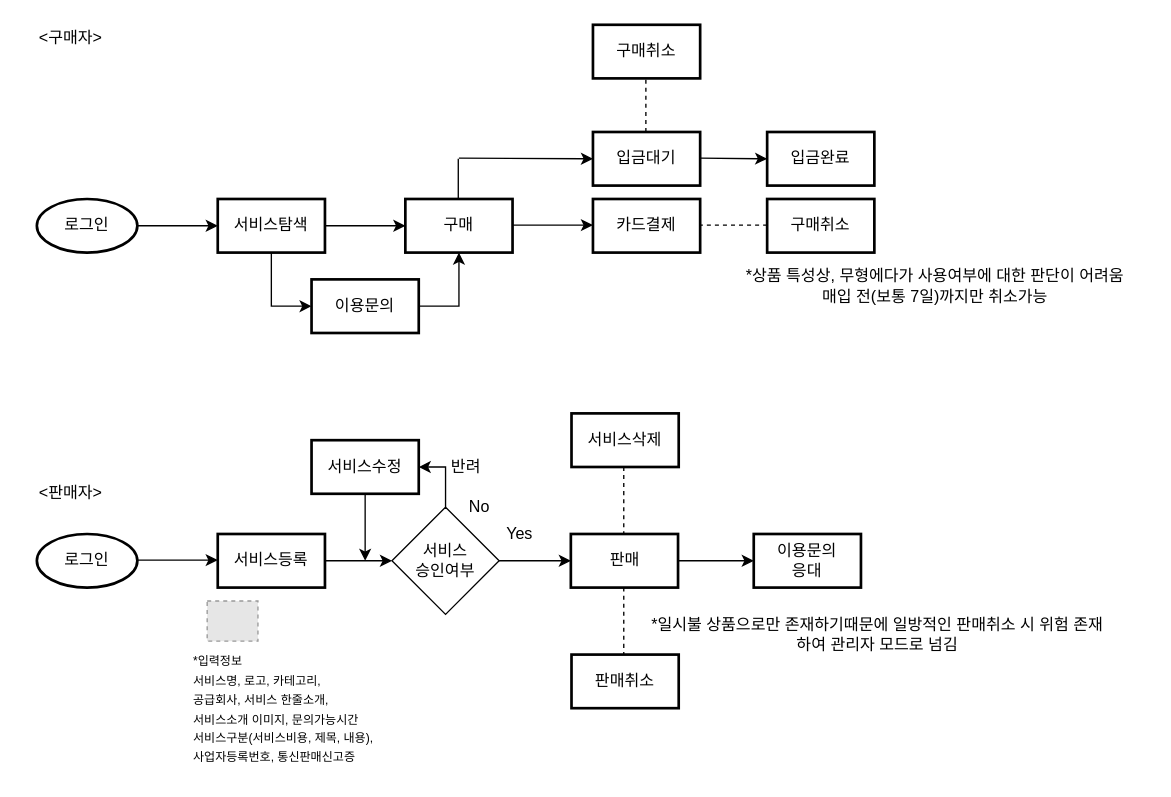
Before: 비즈니스나우 컨설팅_RESET.drawio in Lucidhomme/TIL, a draw.io diagram. Source tidied: cells renumbered, new cells numbered last; positions are measured from the earlier drawing's top-left corner, leaving out a move shared by most shapes. Both pictures are drawn from the tidied source at 134%, with x=0, y=0 at pixel (23, 24). Pictures stored in the file or linked from it are replaced by grey dashed boxes.
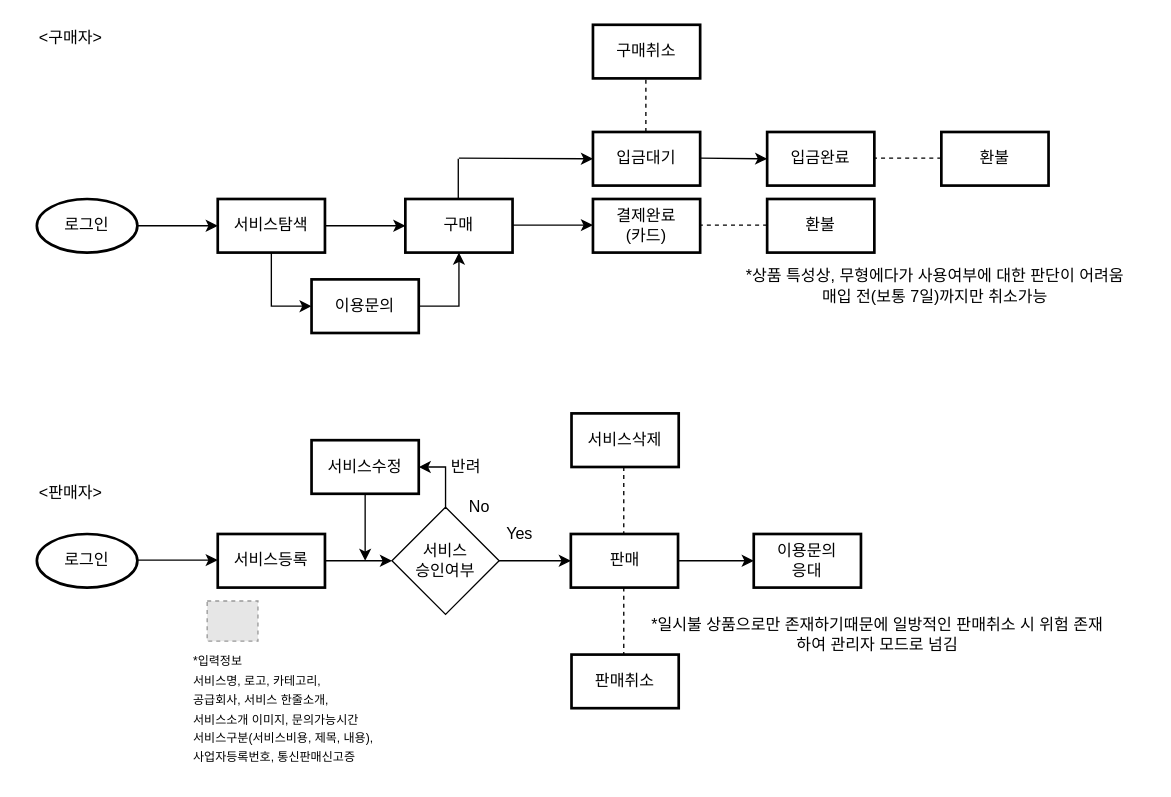
The same diagram, later.

Commit message:
Update 비즈니스나우 컨설팅_RESET.drawio

The edit, as a diff of the source:
```diff
@@
-    <mxCell id="10" value="구매취소" style="whiteSpace=wrap;html=1;strokeWidth=2;" parent="1" vertex="1">
+    <mxCell id="10" value="환불" style="whiteSpace=wrap;html=1;strokeWidth=2;" parent="1" vertex="1">
       <mxGeometry x="555" y="130" width="80" height="40" as="geometry" />
     </mxCell>
@@
-    <mxCell id="20" value="카드결제" style="whiteSpace=wrap;html=1;strokeWidth=2;" parent="1" vertex="1">
+    <mxCell id="20" value="결제완료&lt;br&gt;(카드)" style="whiteSpace=wrap;html=1;strokeWidth=2;" parent="1" vertex="1">
       <mxGeometry x="425" y="130" width="80" height="40" as="geometry" />
     </mxCell>
@@
+    <mxCell id="46" value="환불" style="whiteSpace=wrap;html=1;strokeWidth=2;" parent="1" vertex="1">
+      <mxGeometry x="685" y="80" width="80" height="40" as="geometry" />
+    </mxCell>
+    <mxCell id="47" style="endArrow=none;dashed=1;html=1;entryX=0.5;entryY=0;entryDx=0;entryDy=0;" parent="1" edge="1">
+      <mxGeometry relative="1" as="geometry">
+        <mxPoint x="685" y="99.5" as="sourcePoint" />
+        <mxPoint x="635" y="99.5" as="targetPoint" />
+      </mxGeometry>
+    </mxCell>
```
